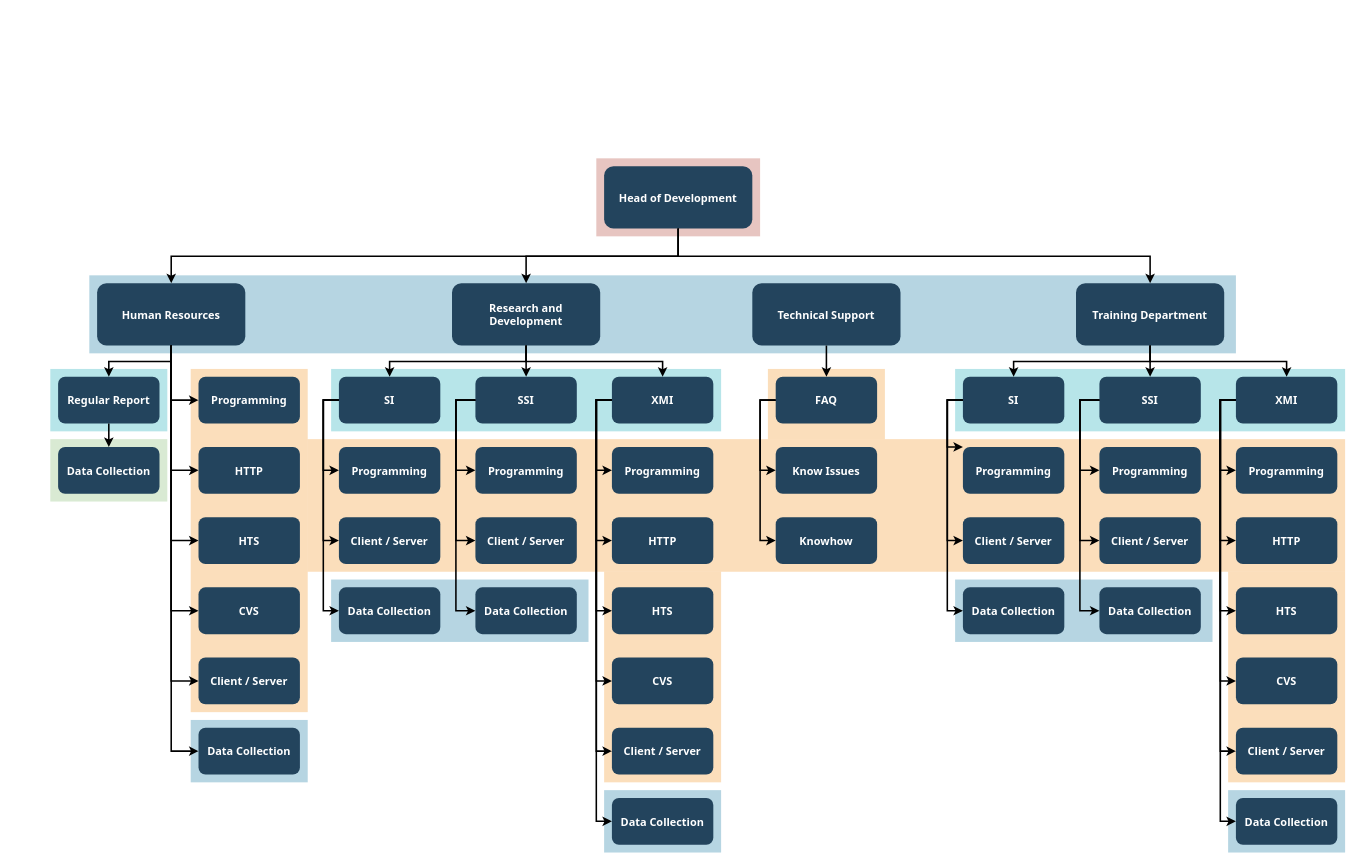
ManMaxMotivation/Hello-world-github- keeps this draw.io diagram as mindmap_1.drawio. Above is the earlier version. Source tidied: cells renumbered, new cells numbered last; positions are measured from the earlier drawing's top-left corner, leaving out a move shared by most shapes. Both pictures are drawn from the tidied source at 78%, with x=0, y=0 at pixel (50, 158).
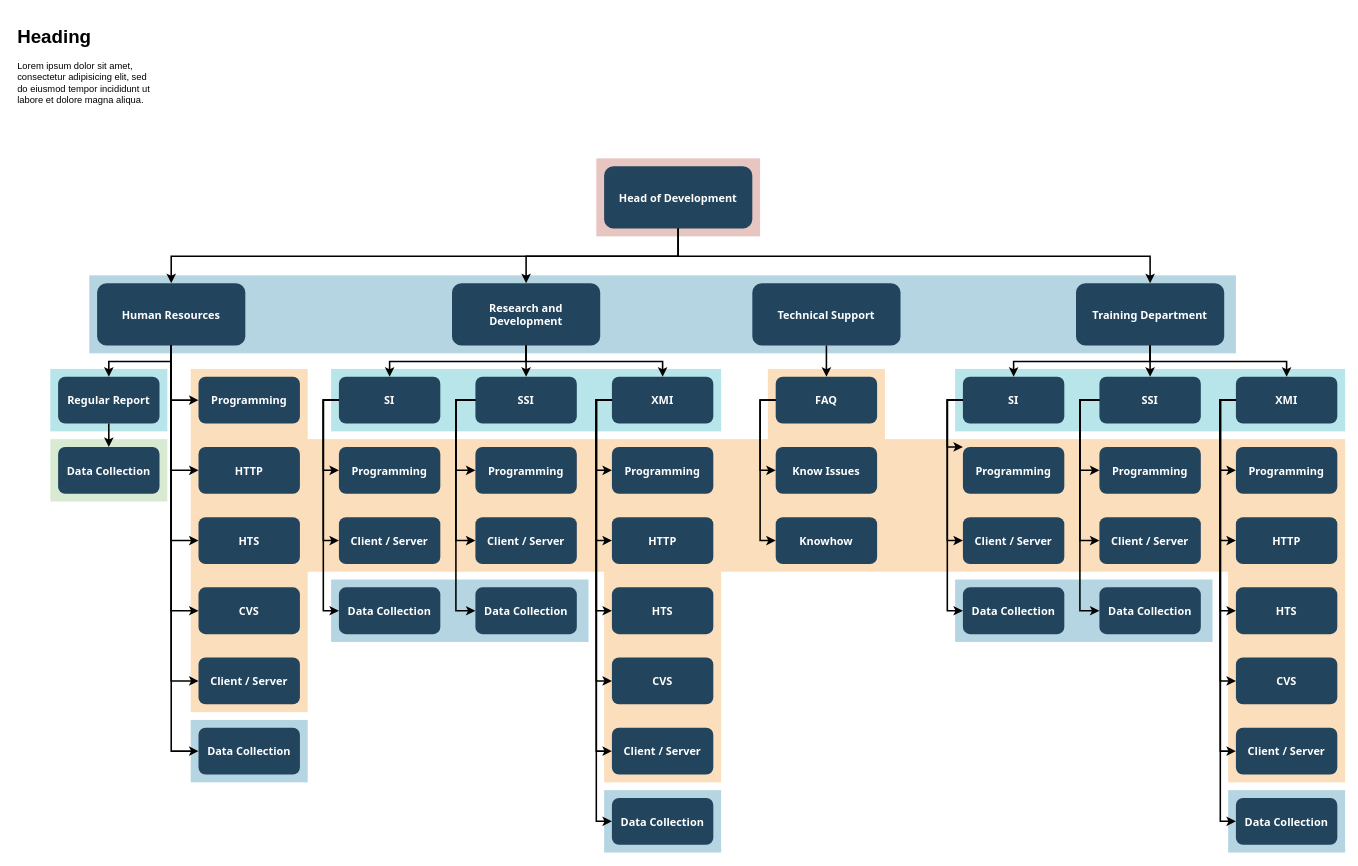
The same page after the edit.

Diff of the diagram source:
```diff
@@
+    <mxCell id="108" value="&lt;h1&gt;Heading&lt;/h1&gt;&lt;p&gt;Lorem ipsum dolor sit amet, consectetur adipisicing elit, sed do eiusmod tempor incididunt ut labore et dolore magna aliqua.&lt;/p&gt;" style="text;html=1;strokeColor=none;fillColor=none;spacing=5;spacingTop=-20;whiteSpace=wrap;overflow=hidden;rounded=0;" parent="1" vertex="1">
+      <mxGeometry x="-47" y="-176" width="190" height="120" as="geometry" />
+    </mxCell>
```
